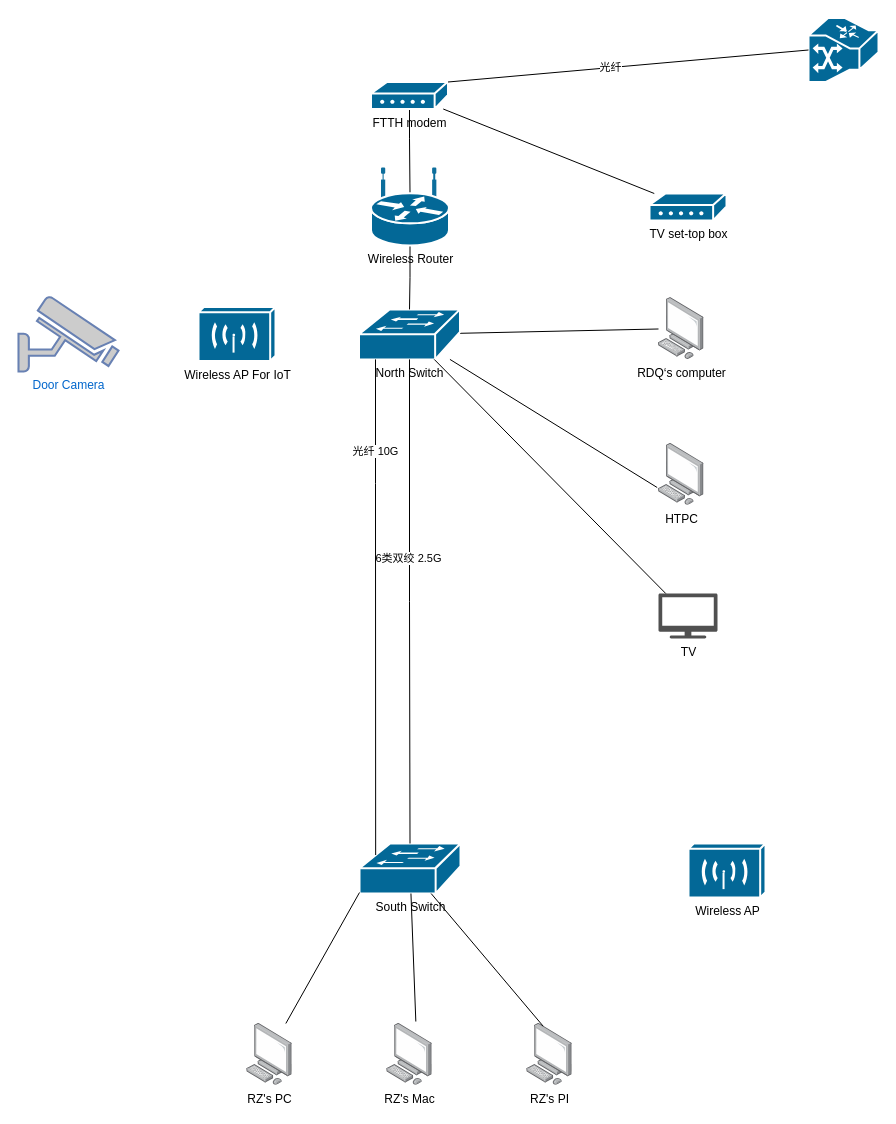
razor/1102_decoration keeps this draw.io diagram as 707topology.drawio. Above is the earlier version. Source tidied: cells renumbered, new cells numbered last; positions are measured from the earlier drawing's top-left corner, leaving out a move shared by most shapes. Both pictures are drawn from the tidied source at 100%, with x=0, y=0 at pixel (18, 17).
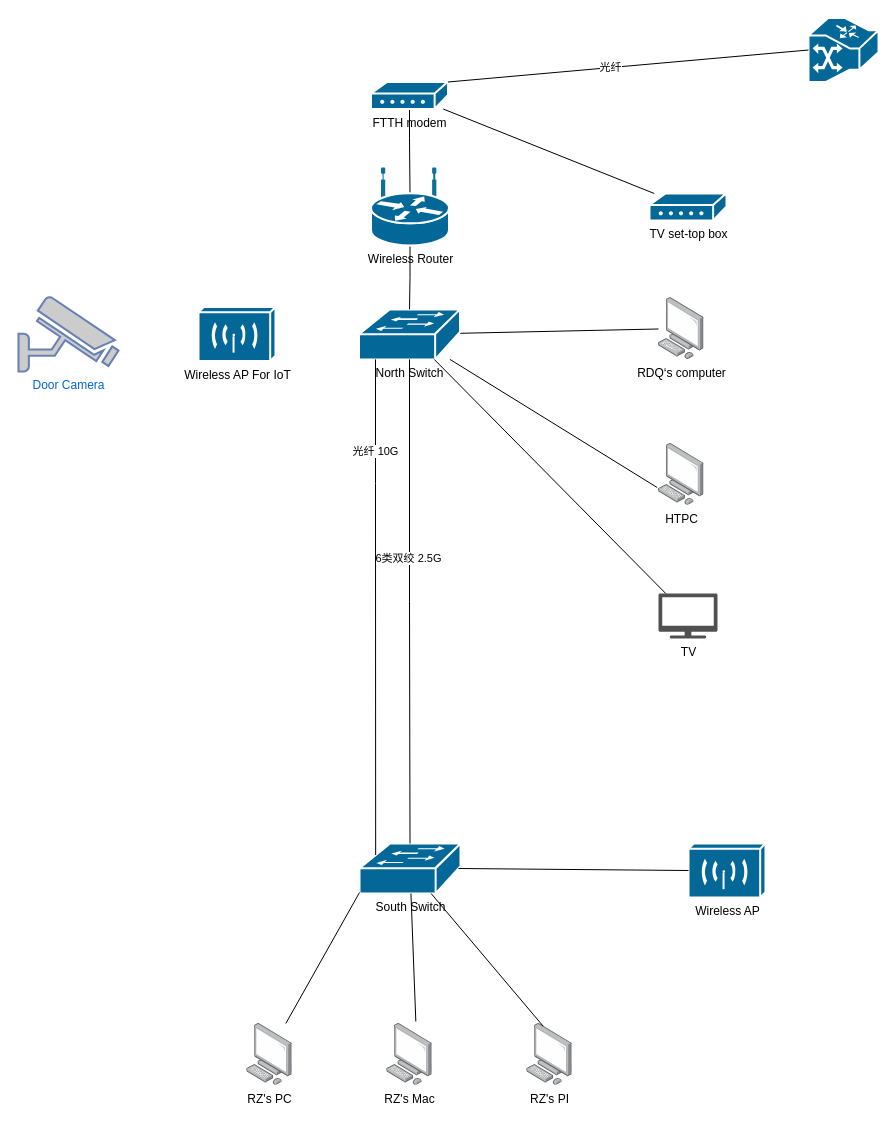
The same diagram, later.

Unchanged cells that the change refers to:
```xml
<mxCell id="9" value="South Switch" style="shape=mxgraph.cisco.switches.workgroup_switch;sketch=0;html=1;dashed=0;fillColor=#036897;strokeColor=#ffffff;strokeWidth=2;verticalLabelPosition=bottom;verticalAlign=top;align=center;outlineConnect=0;" parent="1" vertex="1">
  <mxGeometry x="341" y="826" width="101" height="50" as="geometry" />
</mxCell>
<mxCell id="22" value="Wireless AP" style="shape=mxgraph.cisco.wireless.wireless_transport;html=1;dashed=0;fillColor=#036897;strokeColor=#ffffff;strokeWidth=2;verticalLabelPosition=bottom;verticalAlign=top;" parent="1" vertex="1">
  <mxGeometry x="670" y="826" width="77" height="54" as="geometry" />
</mxCell>
```

Diff of the diagram source:
```diff
@@
+    <mxCell id="33" style="rounded=0;jettySize=auto;html=1;endArrow=none;endFill=0;entryX=0;entryY=0.5;entryDx=0;entryDy=0;entryPerimeter=0;exitX=0.98;exitY=0.5;exitDx=0;exitDy=0;exitPerimeter=0;" parent="1" edge="1" source="9" target="22">
+      <mxGeometry relative="1" as="geometry" />
+    </mxCell>
```
